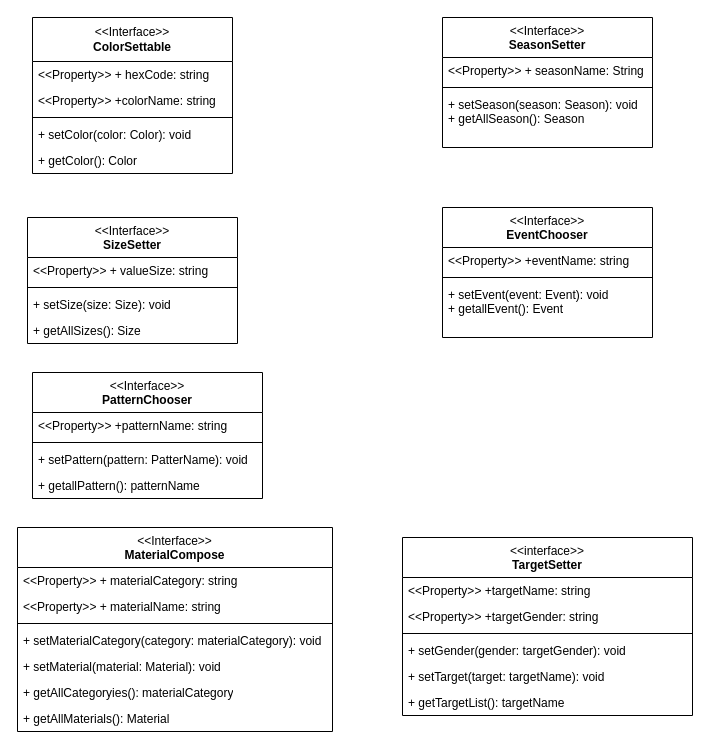
The draw.io diagram UMLDiagram.drawio in danilo-quattrini/TheClothesProject, before the edit. Source tidied: cells renumbered, new cells numbered last; positions are measured from the earlier drawing's top-left corner, leaving out a move shared by most shapes. Both pictures are drawn from the tidied source at 100%, with x=0, y=0 at pixel (17, 17).
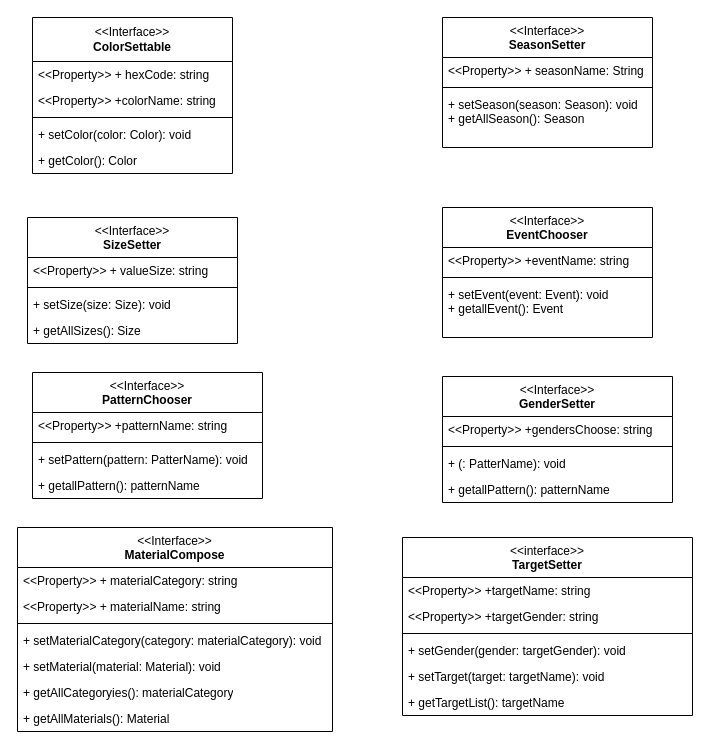
Above is the later version.

What changed in the source:
```diff
@@
+    <mxCell id="41" value="&lt;span style=&quot;font-weight: normal;&quot;&gt;&amp;lt;&amp;lt;Interface&amp;gt;&amp;gt;&lt;/span&gt;&lt;div&gt;GenderSetter&lt;/div&gt;" style="swimlane;fontStyle=1;align=center;verticalAlign=top;horizontal=1;startSize=40;whiteSpace=wrap;html=1;" parent="1" vertex="1">
+      <mxGeometry x="425" y="359" width="230" height="126" as="geometry" />
+    </mxCell>
+    <mxCell id="42" value="&amp;lt;&amp;lt;Property&amp;gt;&amp;gt; +gendersChoose: string" style="text;strokeColor=none;fillColor=none;align=left;verticalAlign=top;spacingLeft=4;spacingRight=4;overflow=hidden;whiteSpace=wrap;html=1;" parent="41" vertex="1">
+      <mxGeometry y="40" width="230" height="26" as="geometry" />
+    </mxCell>
+    <mxCell id="43" style="line;strokeWidth=1;fillColor=none;align=left;verticalAlign=middle;spacingTop=-1;spacingLeft=3;spacingRight=3;labelPosition=right;strokeColor=inherit;" parent="41" vertex="1">
+      <mxGeometry y="66" width="230" height="8" as="geometry" />
+    </mxCell>
+    <mxCell id="44" value="+ (: PatterName): void" style="text;strokeColor=none;fillColor=none;align=left;verticalAlign=top;spacingLeft=4;spacingRight=4;overflow=hidden;whiteSpace=wrap;html=1;" parent="41" vertex="1">
+      <mxGeometry y="74" width="230" height="26" as="geometry" />
+    </mxCell>
+    <mxCell id="45" value="&lt;div&gt;+ getallPattern(): patternName&lt;/div&gt;" style="text;strokeColor=none;fillColor=none;align=left;verticalAlign=top;spacingLeft=4;spacingRight=4;overflow=hidden;whiteSpace=wrap;html=1;" parent="41" vertex="1">
+      <mxGeometry y="100" width="230" height="26" as="geometry" />
+    </mxCell>
```
